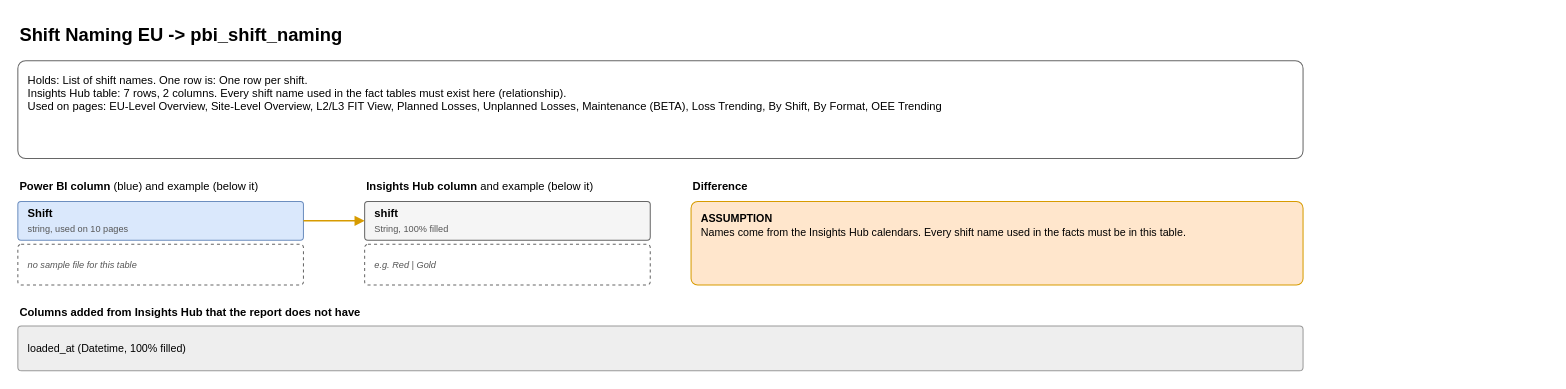
The draw.io diagram page "6 Shift Naming EU" (6 of 8) of diagrams/powerbi-data-map.drawio in AbiyyuMufti/SIH-IBMX-R, before the edit. Source tidied: cells renumbered, new cells numbered last; positions are measured from the earlier drawing's top-left corner, leaving out a move shared by most shapes. Both pictures are drawn from the tidied source at 102%, with x=0, y=0 at pixel (17, 17).
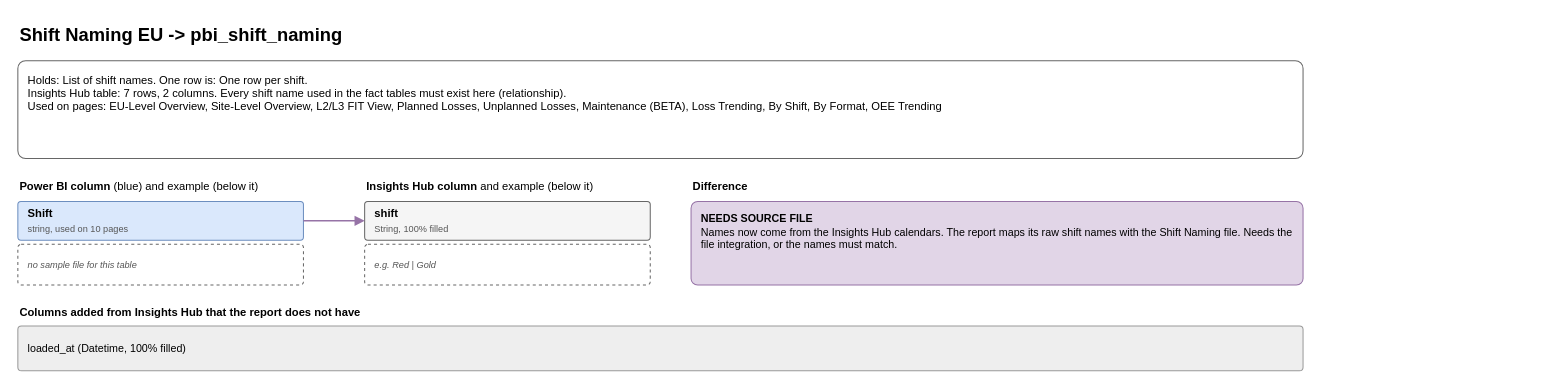
The same page after the edit.

Commit message (it also covers changes not shown here):
Diagram: purple 'needs source file' level; question list for the file integration

The edit, as a diff of the source:
```diff
@@
 <mxGraphModel>
   <root>
     <mxCell id="0" />
     <mxCell id="1" parent="0" />
     <mxCell id="2" value="&lt;b&gt;Shift Naming EU  -&amp;gt;  pbi_shift_naming&lt;/b&gt;" style="text;html=1;whiteSpace=wrap;align=left;verticalAlign=top;fontSize=12;fontSize=18;" parent="1" vertex="1">
       <mxGeometry width="1500" height="30" as="geometry" />
     </mxCell>
     <mxCell id="3" value="Holds: List of shift names. One row is: One row per shift.&lt;br&gt;Insights Hub table: 7 rows, 2 columns. Every shift name used in the fact tables must exist here (relationship).&lt;br&gt;Used on pages: EU-Level Overview, Site-Level Overview, L2/L3 FIT View, Planned Losses, Unplanned Losses, Maintenance (BETA), Loss Trending, By Shift, By Format, OEE Trending" style="rounded=1;whiteSpace=wrap;html=1;align=left;verticalAlign=middle;spacingLeft=8;spacingRight=6;spacingTop=2;spacingBottom=2;fontSize=11;arcSize=8;fillColor=#ffffff;strokeColor=#666666;verticalAlign=top;spacingTop=6;fontSize=11;" parent="1" vertex="1">
       <mxGeometry y="42" width="1260" height="96" as="geometry" />
     </mxCell>
     <mxCell id="4" value="&lt;b&gt;Power BI column&lt;/b&gt; (blue) and example (below it)" style="text;html=1;whiteSpace=wrap;align=left;verticalAlign=top;fontSize=12;fontSize=11;" parent="1" vertex="1">
       <mxGeometry y="152" width="270" height="20" as="geometry" />
     </mxCell>
     <mxCell id="5" value="&lt;b&gt;Insights Hub column&lt;/b&gt; and example (below it)" style="text;html=1;whiteSpace=wrap;align=left;verticalAlign=top;fontSize=12;fontSize=11;" parent="1" vertex="1">
       <mxGeometry x="340" y="152" width="270" height="20" as="geometry" />
     </mxCell>
     <mxCell id="6" value="&lt;b&gt;Difference&lt;/b&gt;" style="text;html=1;whiteSpace=wrap;align=left;verticalAlign=top;fontSize=12;fontSize=11;" parent="1" vertex="1">
       <mxGeometry x="660" y="152" width="600" height="20" as="geometry" />
     </mxCell>
     <mxCell id="7" value="&lt;b&gt;Shift&lt;/b&gt;&lt;br&gt;&lt;font style=&quot;font-size:9px&quot; color=&quot;#555555&quot;&gt;string, used on 10 pages&lt;/font&gt;" style="rounded=1;whiteSpace=wrap;html=1;align=left;verticalAlign=middle;spacingLeft=8;spacingRight=6;spacingTop=2;spacingBottom=2;fontSize=11;arcSize=8;fillColor=#dae8fc;strokeColor=#6c8ebf;" parent="1" vertex="1">
       <mxGeometry y="180" width="280" height="38" as="geometry" />
     </mxCell>
     <mxCell id="8" value="&lt;font style=&quot;font-size:9px&quot; color=&quot;#555555&quot;&gt;no sample file for this table&lt;/font&gt;" style="rounded=1;whiteSpace=wrap;html=1;align=left;verticalAlign=middle;spacingLeft=8;spacingRight=6;spacingTop=2;spacingBottom=2;fontSize=11;arcSize=8;fillColor=#ffffff;strokeColor=#666666;dashed=1;fontStyle=2;" parent="1" vertex="1">
       <mxGeometry y="222" width="280" height="40" as="geometry" />
     </mxCell>
     <mxCell id="9" value="&lt;b&gt;shift&lt;/b&gt;&lt;br&gt;&lt;font style=&quot;font-size:9px&quot; color=&quot;#555555&quot;&gt;String, 100% filled&lt;/font&gt;" style="rounded=1;whiteSpace=wrap;html=1;align=left;verticalAlign=middle;spacingLeft=8;spacingRight=6;spacingTop=2;spacingBottom=2;fontSize=11;arcSize=8;fillColor=#f5f5f5;strokeColor=#666666;" parent="1" vertex="1">
       <mxGeometry x="340" y="180" width="280" height="38" as="geometry" />
     </mxCell>
     <mxCell id="10" value="&lt;font style=&quot;font-size:9px&quot; color=&quot;#555555&quot;&gt;e.g. Red | Gold&lt;/font&gt;" style="rounded=1;whiteSpace=wrap;html=1;align=left;verticalAlign=middle;spacingLeft=8;spacingRight=6;spacingTop=2;spacingBottom=2;fontSize=11;arcSize=8;fillColor=#ffffff;strokeColor=#666666;dashed=1;fontStyle=2;" parent="1" vertex="1">
       <mxGeometry x="340" y="222" width="280" height="40" as="geometry" />
     </mxCell>
-    <mxCell id="11" style="edgeStyle=orthogonalEdgeStyle;html=1;endArrow=block;endFill=1;strokeWidth=1.5;strokeColor=#d79b00;" parent="1" edge="1" source="7" target="9">
+    <mxCell id="11" style="edgeStyle=orthogonalEdgeStyle;html=1;endArrow=block;endFill=1;strokeWidth=1.5;strokeColor=#9673a6;" parent="1" edge="1" source="7" target="9">
       <mxGeometry relative="1" as="geometry" />
     </mxCell>
-    <mxCell id="12" value="&lt;b&gt;ASSUMPTION&lt;/b&gt;&lt;br&gt;Names come from the Insights Hub calendars. Every shift name used in the facts must be in this table." style="rounded=1;whiteSpace=wrap;html=1;align=left;verticalAlign=middle;spacingLeft=8;spacingRight=6;spacingTop=2;spacingBottom=2;fontSize=11;arcSize=8;fillColor=#ffe6cc;strokeColor=#d79b00;verticalAlign=top;spacingTop=4;fontSize=10.5;" parent="1" vertex="1">
+    <mxCell id="12" value="&lt;b&gt;NEEDS SOURCE FILE&lt;/b&gt;&lt;br&gt;Names now come from the Insights Hub calendars. The report maps its raw shift names with the Shift Naming file. Needs the file integration, or the names must match." style="rounded=1;whiteSpace=wrap;html=1;align=left;verticalAlign=middle;spacingLeft=8;spacingRight=6;spacingTop=2;spacingBottom=2;fontSize=11;arcSize=8;fillColor=#e1d5e7;strokeColor=#9673a6;verticalAlign=top;spacingTop=4;fontSize=10.5;" parent="1" vertex="1">
       <mxGeometry x="660" y="180" width="600" height="82" as="geometry" />
     </mxCell>
     <mxCell id="13" value="&lt;b&gt;Columns added from Insights Hub that the report does not have&lt;/b&gt;" style="text;html=1;whiteSpace=wrap;align=left;verticalAlign=top;fontSize=12;fontSize=11;" parent="1" vertex="1">
       <mxGeometry y="276" width="1260" height="20" as="geometry" />
     </mxCell>
     <mxCell id="14" value="loaded_at (Datetime, 100% filled)" style="rounded=1;whiteSpace=wrap;html=1;align=left;verticalAlign=middle;spacingLeft=8;spacingRight=6;spacingTop=2;spacingBottom=2;fontSize=11;arcSize=8;fillColor=#eeeeee;strokeColor=#999999;fontSize=10.5;" parent="1" vertex="1">
       <mxGeometry y="302" width="1260" height="44" as="geometry" />
     </mxCell>
   </root>
 </mxGraphModel>
```
